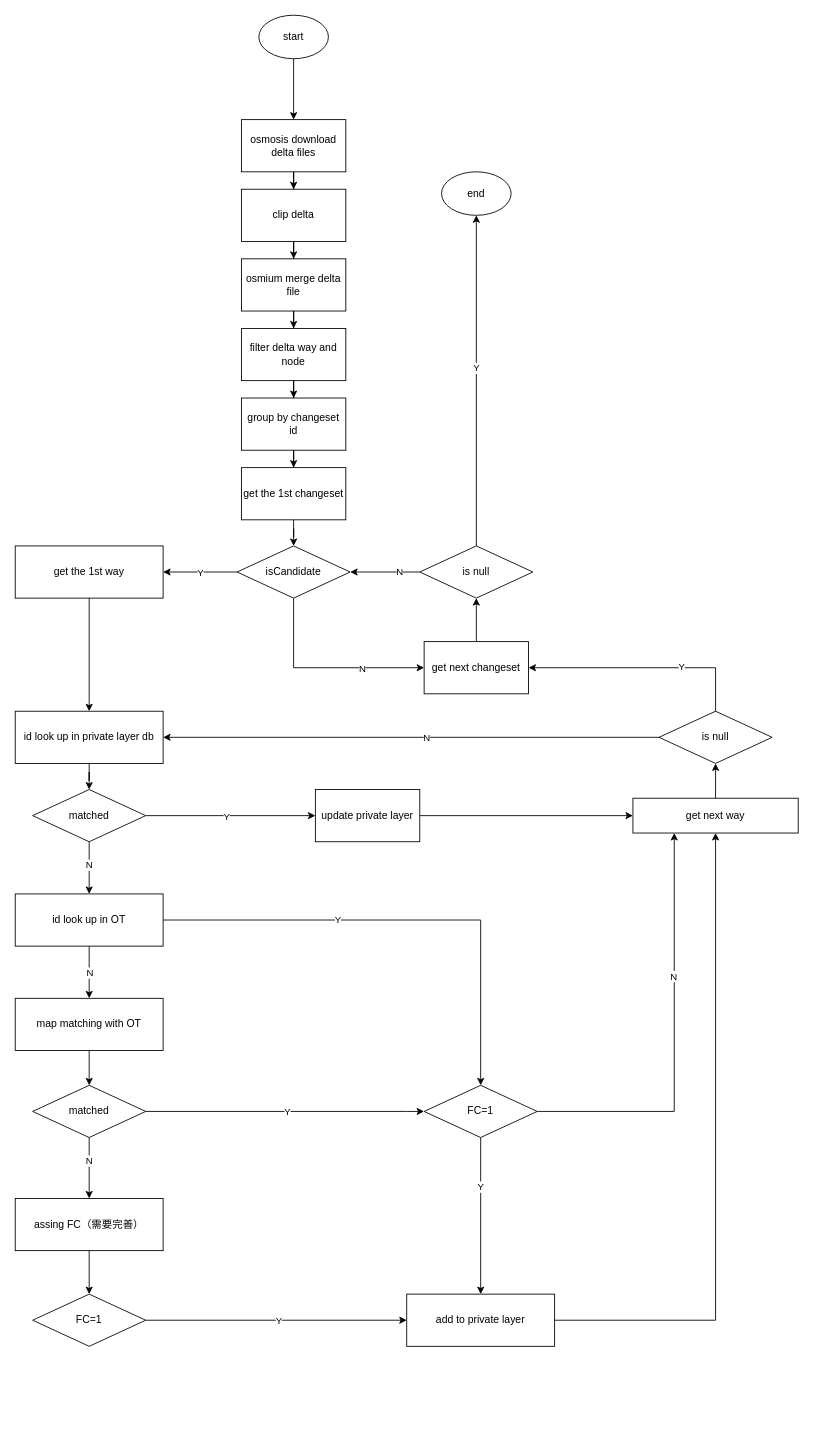
Before: expired fc changeset.drawio in 472542625/drawio, a draw.io diagram. Source tidied: cells renumbered, new cells numbered last; positions are measured from the earlier drawing's top-left corner, leaving out a move shared by most shapes. Both pictures are drawn from the tidied source at 87%, with x=0, y=0 at pixel (15, 15).
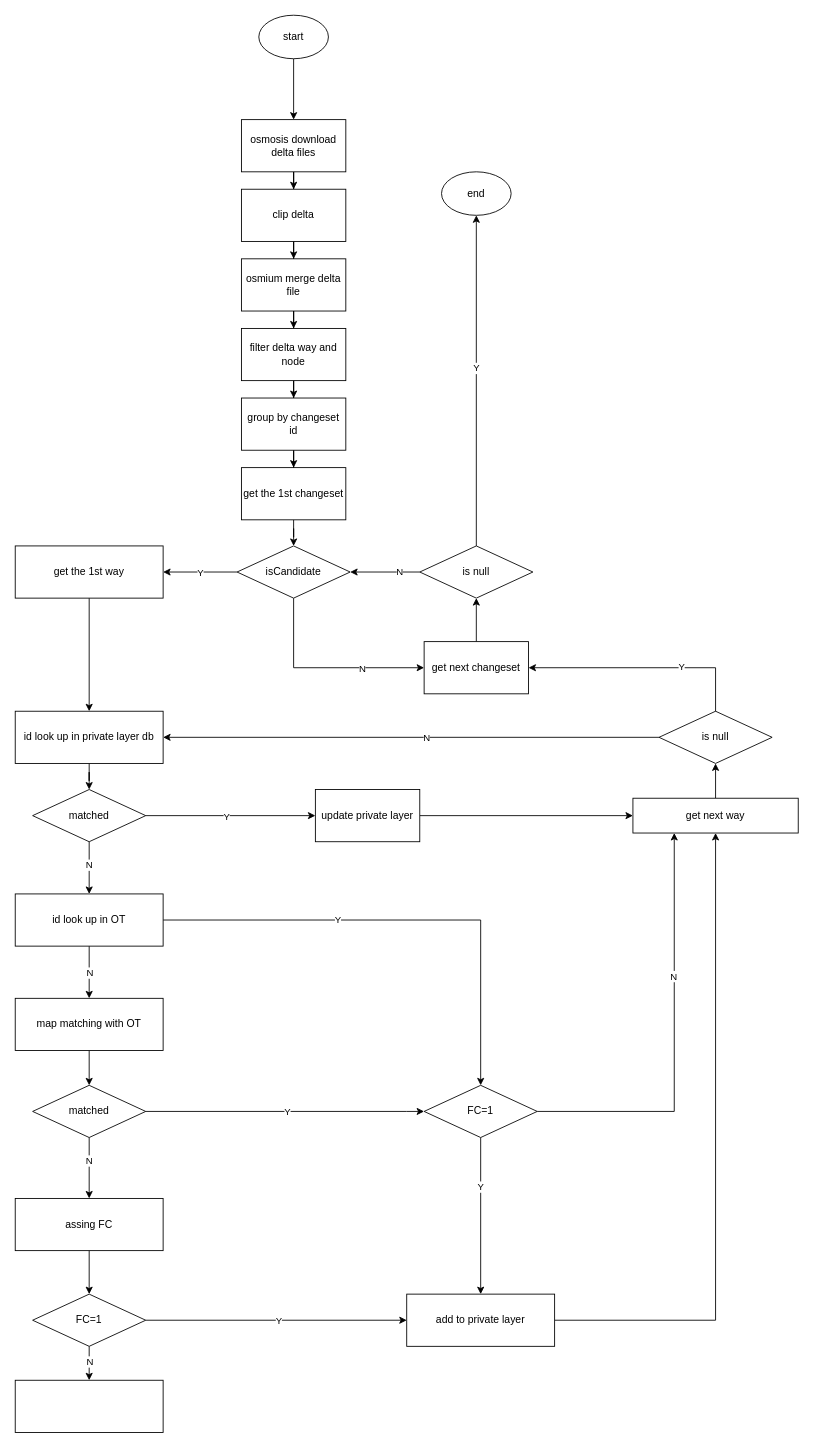
The same page after the edit.

The change refers to these unchanged cells:
```xml
<mxCell id="53" value="FC=1" style="rhombus;whiteSpace=wrap;html=1;" parent="1" vertex="1">
  <mxGeometry x="20" y="1470" width="130" height="60" as="geometry" />
</mxCell>
```

Change to the diagram source:
```diff
@@
-    <mxCell id="50" value="assing FC（需要完善）" style="whiteSpace=wrap;html=1;" parent="1" vertex="1">
+    <mxCell id="50" value="assing FC" style="whiteSpace=wrap;html=1;" parent="1" vertex="1">
       <mxGeometry y="1360" width="170" height="60" as="geometry" />
     </mxCell>
@@
+    <mxCell id="71" style="edgeStyle=orthogonalEdgeStyle;rounded=0;jettySize=auto;html=1;" parent="1" edge="1" source="53" target="73">
+      <mxGeometry relative="1" as="geometry" />
+    </mxCell>
+    <mxCell id="72" value="N" style="edgeLabel;html=1;align=center;verticalAlign=middle;" parent="71" vertex="1">
+      <mxGeometry x="-0.17" relative="1" as="geometry" />
+    </mxCell>
@@
+    <mxCell id="73" style="whiteSpace=wrap;html=1;" parent="1" vertex="1">
+      <mxGeometry y="1569" width="170" height="60" as="geometry" />
+    </mxCell>
```
